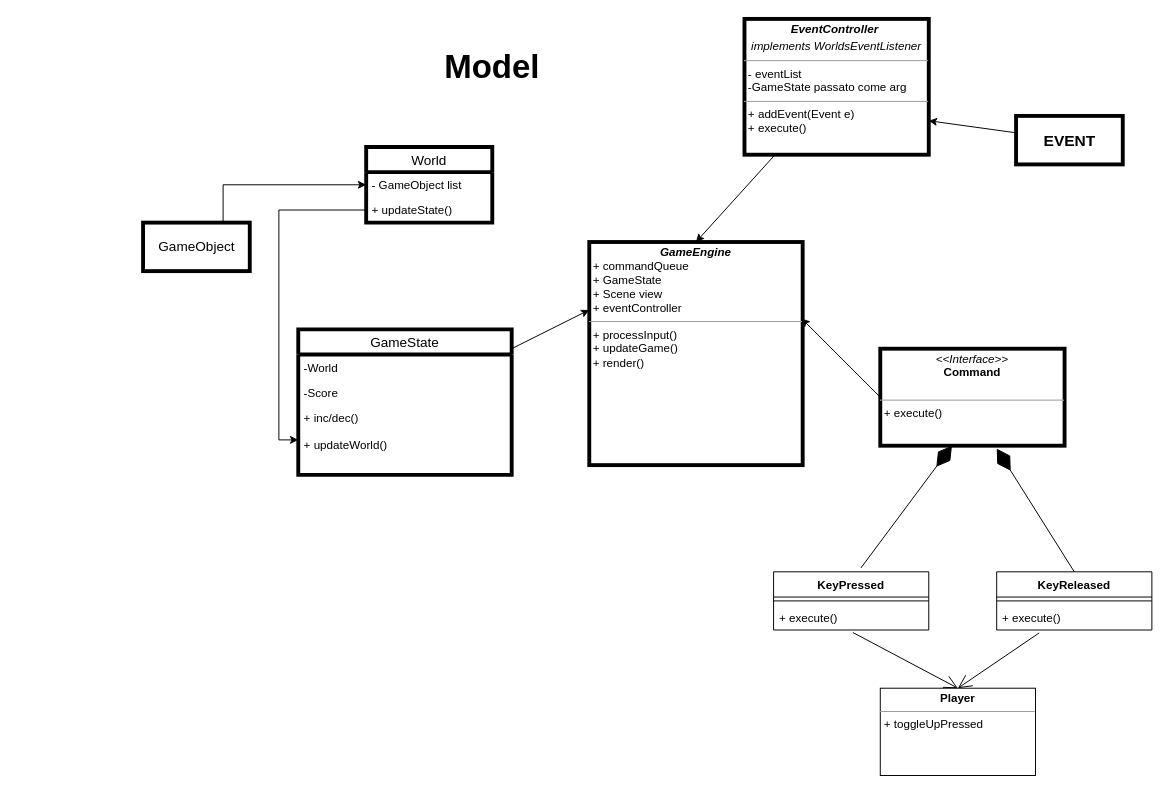
Earlier version of the draw.io diagram report/Uml.drawio (Fraloha/OOP20-bomber1). Source tidied: cells renumbered, new cells numbered last; positions are measured from the earlier drawing's top-left corner, leaving out a move shared by most shapes. Both pictures are drawn from the tidied source at 97%, with x=0, y=0 at pixel (143, 18).
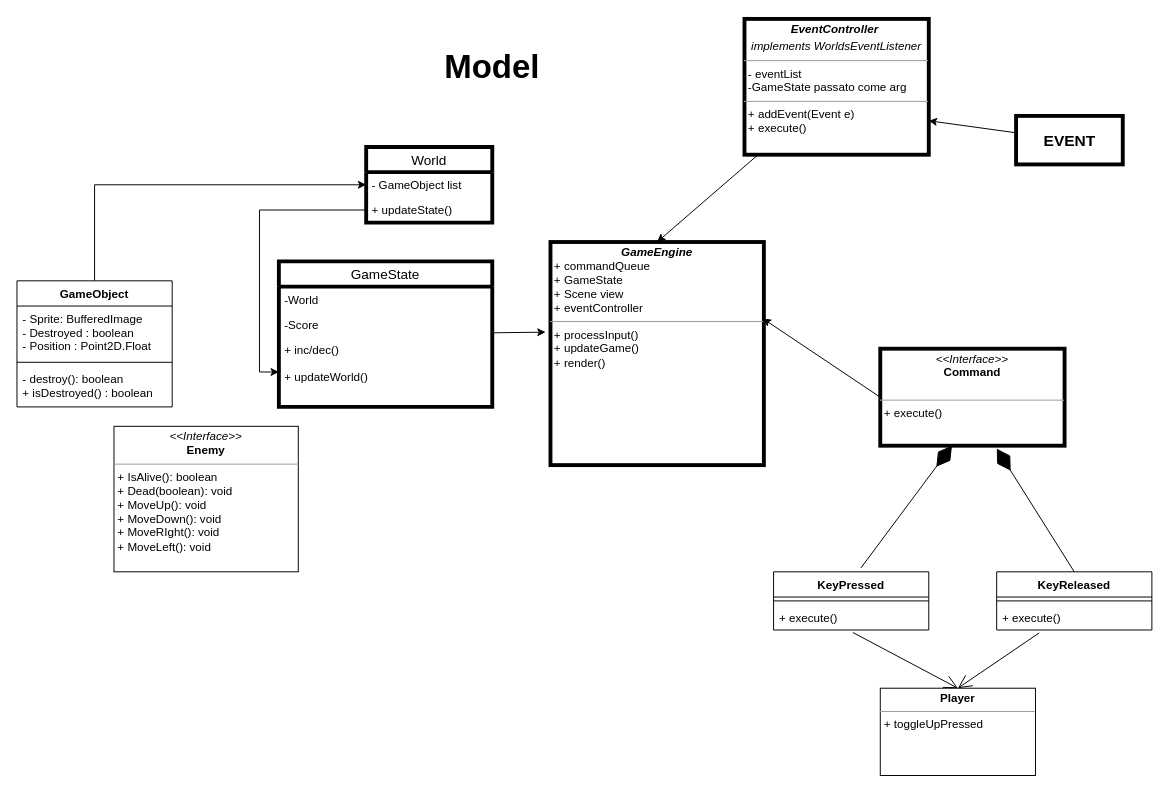
After the change.

Commit message:
Added Enemy interface and fields and methods in the GameObject class

Unchanged cells that the change refers to:
```xml
<mxCell id="6" value="- GameObject list" style="text;strokeColor=none;fillColor=none;align=left;verticalAlign=top;spacingLeft=4;spacingRight=4;overflow=hidden;points=[[0,0.5],[1,0.5]];portConstraint=eastwest;" parent="5" vertex="1">
  <mxGeometry y="26" width="130" height="26" as="geometry" />
</mxCell>
```

Diff of the diagram source:
```diff
@@
-    <mxCell id="3" style="edgeStyle=orthogonalEdgeStyle;rounded=0;jettySize=auto;html=1;exitX=0.75;exitY=0;exitDx=0;exitDy=0;fontSize=14;" parent="1" edge="1" source="4" target="6">
+    <mxCell id="3" style="edgeStyle=orthogonalEdgeStyle;rounded=0;jettySize=auto;html=1;exitX=0.5;exitY=0;exitDx=0;exitDy=0;fontSize=14;" parent="1" edge="1" source="4" target="6">
       <mxGeometry relative="1" as="geometry" />
     </mxCell>
-    <mxCell id="4" value="GameObject&lt;br&gt;" style="html=1;strokeWidth=4;fontSize=14;" parent="1" vertex="1">
-      <mxGeometry y="210" width="110" height="50" as="geometry" />
-    </mxCell>
@@
     <mxCell id="8" value="GameState" style="swimlane;fontStyle=0;horizontal=1;startSize=26;fillColor=none;strokeWidth=4;fontSize=14;" parent="1" vertex="1">
-      <mxGeometry x="160" y="320" width="220" height="150" as="geometry" />
+      <mxGeometry x="140" y="250" width="220" height="150" as="geometry" />
     </mxCell>
@@
     <mxCell id="13" value="&lt;p style=&quot;margin: 0px ; margin-top: 4px ; text-align: center&quot;&gt;&lt;i&gt;&lt;b&gt;GameEngine&lt;/b&gt;&lt;/i&gt;&lt;br&gt;&lt;/p&gt;&lt;p style=&quot;margin: 0px ; margin-left: 4px&quot;&gt;+ commandQueue&lt;/p&gt;&lt;p style=&quot;margin: 0px ; margin-left: 4px&quot;&gt;+ GameState&lt;/p&gt;&lt;p style=&quot;margin: 0px ; margin-left: 4px&quot;&gt;+ Scene view&lt;/p&gt;&lt;p style=&quot;margin: 0px ; margin-left: 4px&quot;&gt;+ eventController&lt;/p&gt;&lt;hr size=&quot;1&quot;&gt;&lt;p style=&quot;margin: 0px ; margin-left: 4px&quot;&gt;+ processInput()&lt;br&gt;+ updateGame()&lt;/p&gt;&lt;p style=&quot;margin: 0px ; margin-left: 4px&quot;&gt;+ render()&lt;/p&gt;" style="verticalAlign=top;align=left;overflow=fill;fontSize=12;fontFamily=Helvetica;html=1;strokeWidth=4;" parent="1" vertex="1">
-      <mxGeometry x="460" y="230" width="220" height="230" as="geometry" />
+      <mxGeometry x="420" y="230" width="220" height="230" as="geometry" />
     </mxCell>
@@
-    <mxCell id="16" style="endArrow=classic;html=1;fontSize=14;" parent="1" edge="1" source="8">
-      <mxGeometry relative="1" as="geometry">
-        <mxPoint x="460" y="300" as="targetPoint" />
-      </mxGeometry>
+    <mxCell id="16" style="endArrow=classic;html=1;fontSize=14;entryX=-0.023;entryY=0.404;entryDx=0;entryDy=0;entryPerimeter=0;" parent="1" edge="1" source="8" target="13">
+      <mxGeometry relative="1" as="geometry" />
     </mxCell>
@@
+    <mxCell id="4" value="GameObject" style="swimlane;fontStyle=1;align=center;verticalAlign=top;horizontal=1;startSize=26;" parent="1" vertex="1">
+      <mxGeometry x="-130" y="270" width="160" height="130" as="geometry" />
+    </mxCell>
+    <mxCell id="33" value="- Sprite: BufferedImage&#10;- Destroyed : boolean&#10;- Position : Point2D.Float" style="text;strokeColor=none;fillColor=none;align=left;verticalAlign=top;spacingLeft=4;spacingRight=4;overflow=hidden;" parent="4" vertex="1">
+      <mxGeometry y="26" width="160" height="54" as="geometry" />
+    </mxCell>
+    <mxCell id="34" style="line;strokeWidth=1;fillColor=none;align=left;verticalAlign=middle;spacingTop=-1;spacingLeft=3;spacingRight=3;labelPosition=right;" parent="4" vertex="1">
+      <mxGeometry y="80" width="160" height="8" as="geometry" />
+    </mxCell>
+    <mxCell id="35" value="- destroy(): boolean&#10;+ isDestroyed() : boolean" style="text;strokeColor=none;fillColor=none;align=left;verticalAlign=top;spacingLeft=4;spacingRight=4;overflow=hidden;" parent="4" vertex="1">
+      <mxGeometry y="88" width="160" height="42" as="geometry" />
+    </mxCell>
+    <mxCell id="36" value="&lt;p style=&quot;margin: 0px ; margin-top: 4px ; text-align: center&quot;&gt;&lt;i&gt;&amp;lt;&amp;lt;Interface&amp;gt;&amp;gt;&lt;/i&gt;&lt;br&gt;&lt;b&gt;Enemy&lt;/b&gt;&lt;/p&gt;&lt;hr size=&quot;1&quot;&gt;&lt;p style=&quot;margin: 0px ; margin-left: 4px&quot;&gt;+ IsAlive(): boolean&lt;br&gt;+ Dead(boolean): void&lt;/p&gt;&lt;p style=&quot;margin: 0px ; margin-left: 4px&quot;&gt;+ MoveUp(): void&lt;/p&gt;&lt;p style=&quot;margin: 0px ; margin-left: 4px&quot;&gt;+ MoveDown(): void&lt;/p&gt;&lt;p style=&quot;margin: 0px ; margin-left: 4px&quot;&gt;+ MoveRIght(): void&lt;/p&gt;&lt;p style=&quot;margin: 0px ; margin-left: 4px&quot;&gt;+ MoveLeft(): void&lt;/p&gt;" style="verticalAlign=top;align=left;overflow=fill;fontSize=12;fontFamily=Helvetica;html=1;" parent="1" vertex="1">
+      <mxGeometry x="-30" y="420" width="190" height="150" as="geometry" />
+    </mxCell>
```
